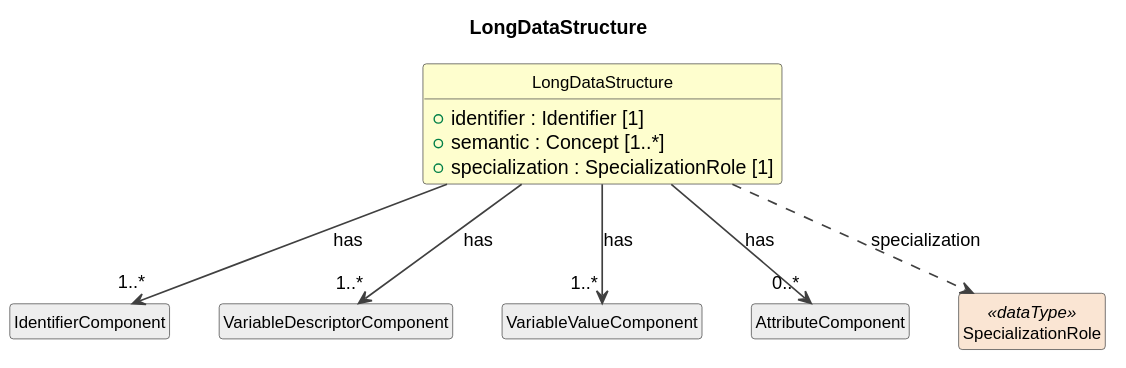
Cross-Domain-Interoperability-Framework/metadataBuildingBlocks keeps this PlantUML diagram as build/plantuml/cdifDataStructure/Classes/LongDataStructure.svg. Above is the earlier version.
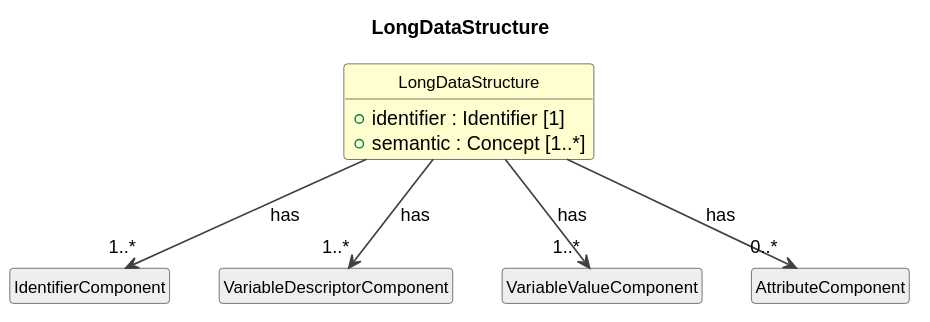
Later version of the same file.

The edit, as a diff of the source:
```diff
@@ -13,7 +13,6 @@
 class "LongDataStructure" as LongDataStructure #FEFECE {
   +identifier : Identifier [1]
   +semantic : Concept [1..*]
-  +specialization : SpecializationRole [1]
 }
 class "IdentifierComponent" as IdentifierComponent #EEEEEE
 LongDataStructure --> "1..*" IdentifierComponent : has
@@ -23,6 +22,4 @@
 LongDataStructure --> "1..*" VariableValueComponent : has
 class "AttributeComponent" as AttributeComponent #EEEEEE
 LongDataStructure --> "0..*" AttributeComponent : has
-class "SpecializationRole" as SpecializationRole <<dataType>> #FAE5D3
-LongDataStructure ..> SpecializationRole : specialization
 @enduml
```
